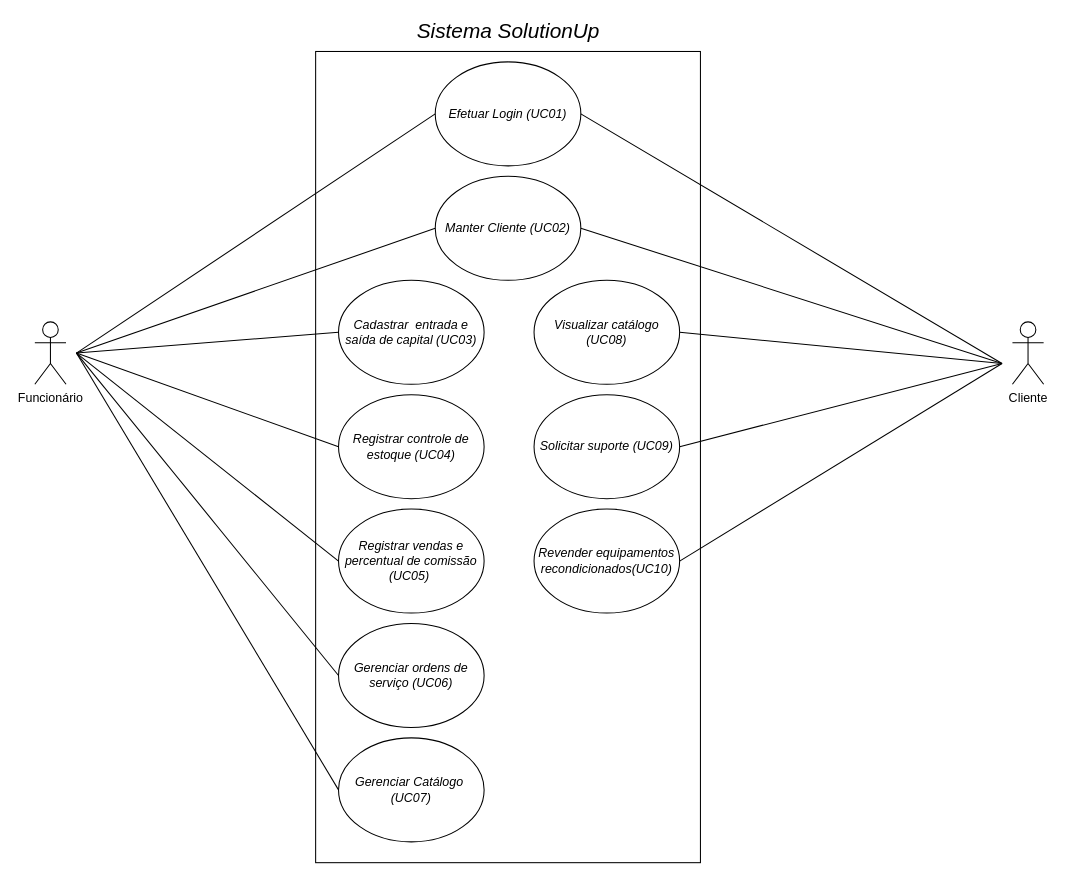
Earlier version of the draw.io diagram 29-Mapeamento de Atores e Diagrama de Casos de Uso do Subsistema/SolutionUp_Diagrama de UCs.drawio (emersonsoaresdasilva/projeto-ope). Source tidied: cells renumbered, new cells numbered last; positions are measured from the earlier drawing's top-left corner, leaving out a move shared by most shapes. Both pictures are drawn from the tidied source at 104%, with x=0, y=0 at pixel (34, 20).
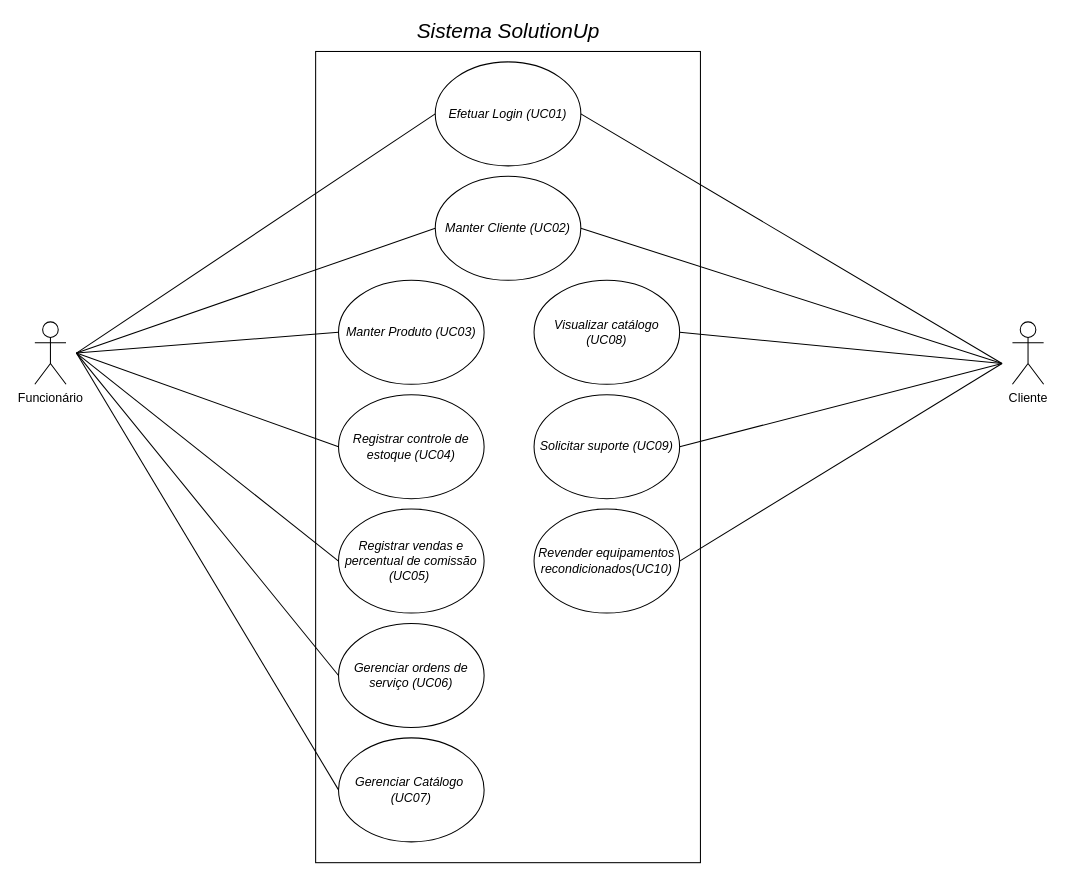
The same diagram, later.

Commit message:
Atualizando diagrama (Manter produto)

Trocando o caso "... entrada e saida de capital" para "Manter Produto"

Diff of the diagram source:
```diff
@@
-    <mxCell id="10" value="Cadastrar&amp;nbsp; entrada e saída de capital (UC03)" style="ellipse;whiteSpace=wrap;html=1;fontStyle=2;" parent="1" vertex="1">
+    <mxCell id="10" value="Manter Produto (UC03)" style="ellipse;whiteSpace=wrap;html=1;fontStyle=2;" parent="1" vertex="1">
       <mxGeometry x="292" y="250" width="140" height="100" as="geometry" />
     </mxCell>
```
